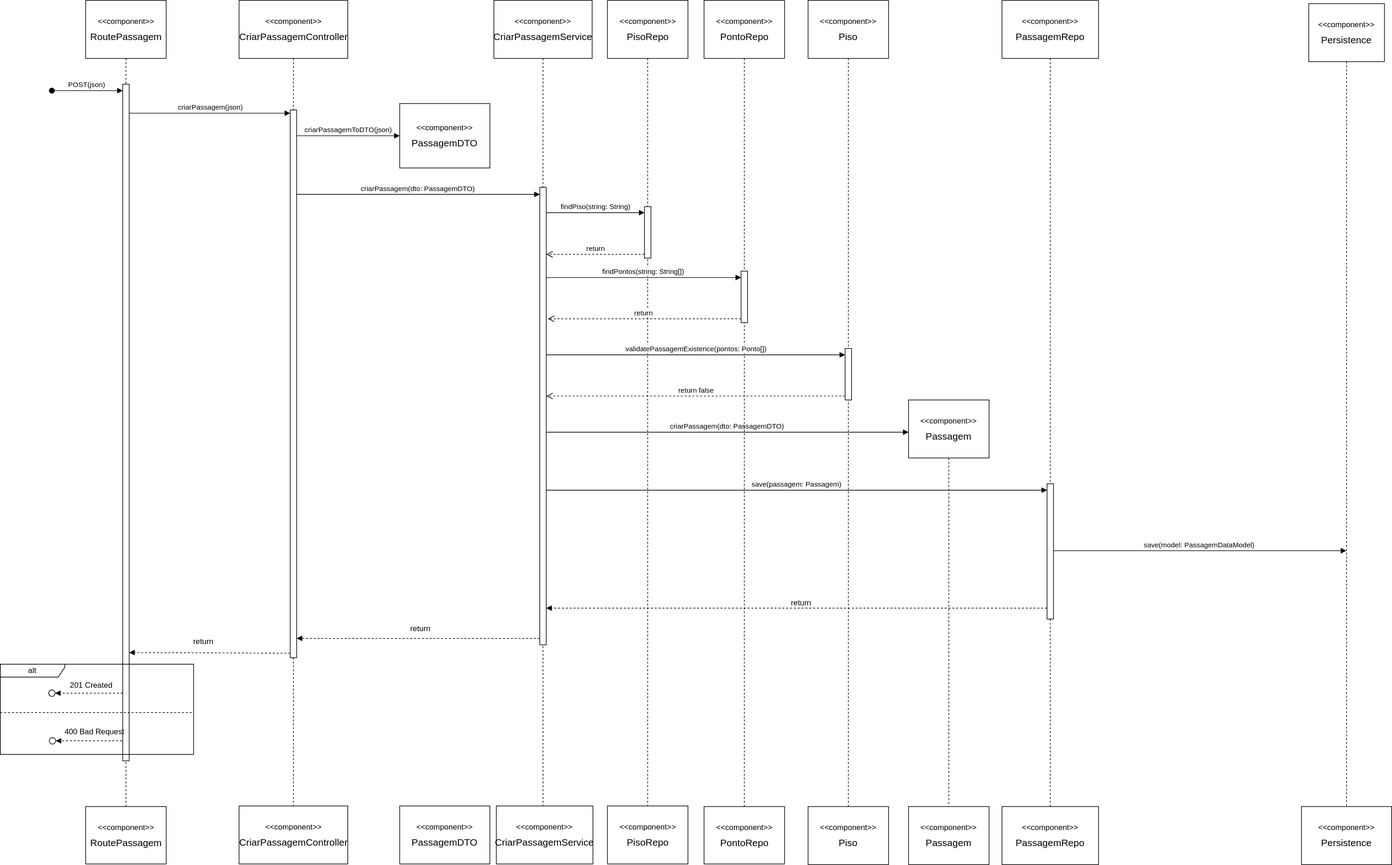
SEM5PI2324G58/sem5pi_g58_23_24 keeps this draw.io diagram as docs/Sprint_A/US_240/N3/US_240_VP.svg. Above is the earlier version. Source tidied: cells renumbered, new cells last; positions are measured from the earlier drawing's top-left corner, leaving out a move shared by most shapes.
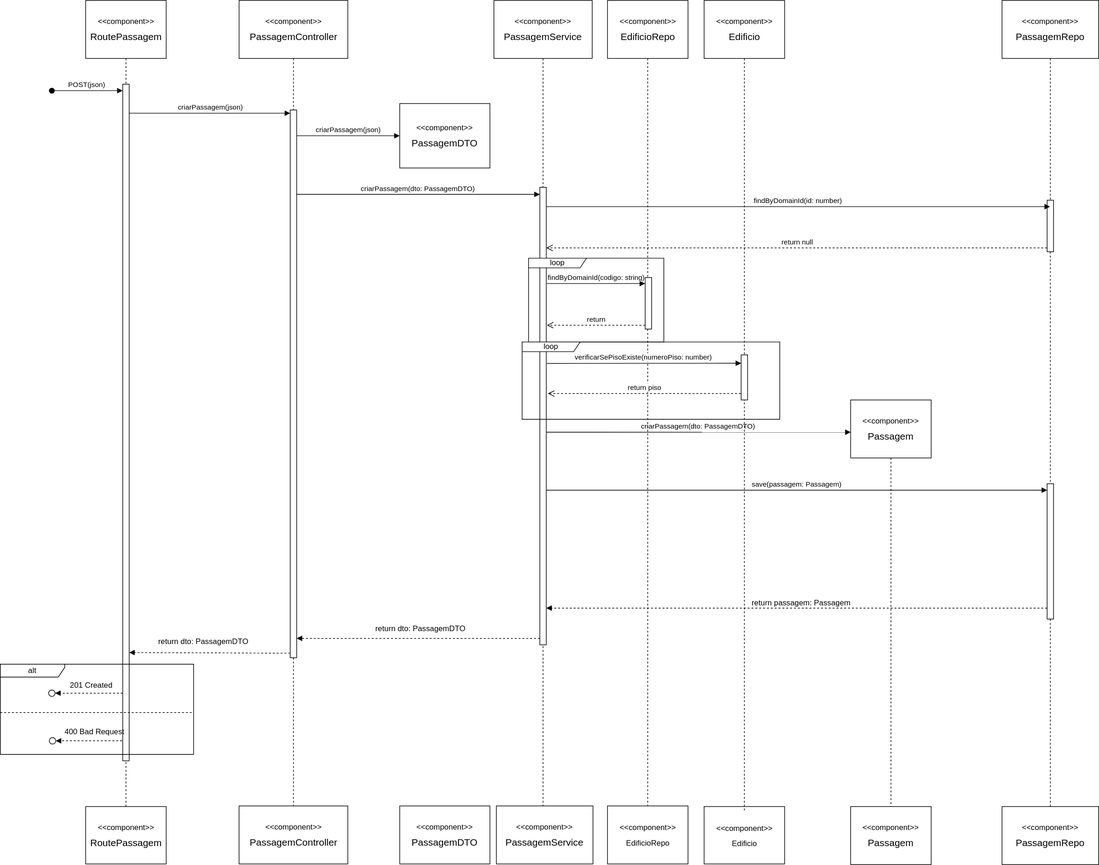
Later version of the same file.

The edit, as a diff of the source:
```diff
@@ -4,3 +4,3 @@
     <mxCell id="1" parent="0" />
-    <mxCell id="2" value="&lt;p style=&quot;line-height: 100%;&quot;&gt;&amp;lt;&amp;lt;component&amp;gt;&amp;gt;&lt;/p&gt;&lt;p style=&quot;line-height: 100%;&quot;&gt;&lt;span style=&quot;font-size: 15px;&quot;&gt;CriarPassagemController&lt;/span&gt;&lt;/p&gt;" style="shape=umlLifeline;perimeter=lifelinePerimeter;whiteSpace=wrap;html=1;newEdgeStyle={&quot;curved&quot;:0,&quot;rounded&quot;:0};size=90;" parent="1" vertex="1">
+    <mxCell id="2" value="&lt;p style=&quot;line-height: 100%;&quot;&gt;&amp;lt;&amp;lt;component&amp;gt;&amp;gt;&lt;/p&gt;&lt;p style=&quot;line-height: 100%;&quot;&gt;&lt;span style=&quot;font-size: 15px;&quot;&gt;PassagemController&lt;/span&gt;&lt;/p&gt;" style="shape=umlLifeline;perimeter=lifelinePerimeter;whiteSpace=wrap;html=1;newEdgeStyle={&quot;curved&quot;:0,&quot;rounded&quot;:0};size=90;" parent="1" vertex="1">
       <mxGeometry x="370.6" width="168.8" height="1300" as="geometry" />
@@ -16,3 +16,3 @@
     </mxCell>
-    <mxCell id="6" value="&lt;p style=&quot;line-height: 100%;&quot;&gt;&amp;lt;&amp;lt;component&amp;gt;&amp;gt;&lt;br&gt;&lt;/p&gt;&lt;p style=&quot;line-height: 100%;&quot;&gt;&lt;span style=&quot;font-size: 15px;&quot;&gt;CriarPassagemService&lt;/span&gt;&lt;/p&gt;" style="shape=umlLifeline;perimeter=lifelinePerimeter;whiteSpace=wrap;html=1;newEdgeStyle={&quot;curved&quot;:0,&quot;rounded&quot;:0};size=90;" parent="1" vertex="1">
+    <mxCell id="6" value="&lt;p style=&quot;line-height: 100%;&quot;&gt;&amp;lt;&amp;lt;component&amp;gt;&amp;gt;&lt;br&gt;&lt;/p&gt;&lt;p style=&quot;line-height: 100%;&quot;&gt;&lt;span style=&quot;font-size: 15px;&quot;&gt;PassagemService&lt;/span&gt;&lt;/p&gt;" style="shape=umlLifeline;perimeter=lifelinePerimeter;whiteSpace=wrap;html=1;newEdgeStyle={&quot;curved&quot;:0,&quot;rounded&quot;:0};size=90;" parent="1" vertex="1">
       <mxGeometry x="766.2" width="152.5" height="1260" as="geometry" />
@@ -25,8 +25,8 @@
     </mxCell>
+    <mxCell id="56" style="html=1;points=[[0,0,0,0,5],[0,1,0,0,-5],[1,0,0,0,5],[1,1,0,0,-5]];perimeter=orthogonalPerimeter;outlineConnect=0;targetShapes=umlLifeline;portConstraint=eastwest;newEdgeStyle={&quot;curved&quot;:0,&quot;rounded&quot;:0};" parent="8" vertex="1">
+      <mxGeometry x="70" y="310" width="10" height="80" as="geometry" />
+    </mxCell>
     <mxCell id="9" value="&lt;p style=&quot;line-height: 100%;&quot;&gt;&amp;lt;&amp;lt;component&amp;gt;&amp;gt;&lt;br&gt;&lt;/p&gt;&lt;p style=&quot;line-height: 100%;&quot;&gt;&lt;span style=&quot;font-size: 15px;&quot;&gt;Passagem&lt;/span&gt;&lt;/p&gt;" style="shape=umlLifeline;perimeter=lifelinePerimeter;whiteSpace=wrap;html=1;outlineConnect=0;portConstraint=eastwest;newEdgeStyle={&quot;curved&quot;:0,&quot;rounded&quot;:0};size=90;" parent="1" vertex="1">
-      <mxGeometry x="1410" y="620" width="125" height="650" as="geometry" />
+      <mxGeometry x="1320" y="620" width="125" height="650" as="geometry" />
     </mxCell>
-    <mxCell id="10" value="&lt;p style=&quot;line-height: 100%;&quot;&gt;&amp;lt;&amp;lt;component&amp;gt;&amp;gt;&lt;br&gt;&lt;/p&gt;&lt;p style=&quot;line-height: 100%;&quot;&gt;&lt;span style=&quot;font-size: 15px;&quot;&gt;Persistence&lt;/span&gt;&lt;/p&gt;" style="shape=umlLifeline;perimeter=lifelinePerimeter;whiteSpace=wrap;html=1;newEdgeStyle={&quot;curved&quot;:0,&quot;rounded&quot;:0};size=90;" parent="1" vertex="1">
-      <mxGeometry x="2031.2" y="5" width="117.5" height="1265" as="geometry" />
-    </mxCell>
     <mxCell id="11" value="criarPassagem(json)" style="html=1;verticalAlign=bottom;endArrow=block;curved=0;rounded=0;entryX=0;entryY=0;entryDx=0;entryDy=5;entryPerimeter=0;" parent="1" edge="1" source="4" target="5">
@@ -34,3 +34,3 @@
     </mxCell>
-    <mxCell id="12" value="criarPassagemToDTO(json)" style="html=1;verticalAlign=bottom;endArrow=block;curved=0;rounded=0;" parent="1" edge="1" source="5">
+    <mxCell id="12" value="criarPassagem(json)" style="html=1;verticalAlign=bottom;endArrow=block;curved=0;rounded=0;" parent="1" edge="1" source="5">
       <mxGeometry relative="1" as="geometry">
@@ -47,14 +47,7 @@
     </mxCell>
-    <mxCell id="15" value="criarPassagem(dto: PassagemDTO)" style="html=1;verticalAlign=bottom;endArrow=block;curved=0;rounded=0;entryX=0;entryY=0.091;entryDx=0;entryDy=0;entryPerimeter=0;" parent="1" edge="1">
+    <mxCell id="15" value="criarPassagem(dto: PassagemDTO)" style="html=1;verticalAlign=bottom;endArrow=block;curved=0;rounded=0;entryX=0;entryY=0.077;entryDx=0;entryDy=0;entryPerimeter=0;" parent="1" edge="1" target="9">
       <mxGeometry relative="1" as="geometry">
         <mxPoint x="847.5" y="670" as="sourcePoint" />
-        <mxPoint x="1410" y="670" as="targetPoint" />
       </mxGeometry>
     </mxCell>
-    <mxCell id="16" value="return" style="html=1;verticalAlign=bottom;endArrow=open;dashed=1;endSize=8;curved=0;rounded=0;" parent="1" edge="1">
-      <mxGeometry relative="1" as="geometry">
-        <mxPoint x="1000" y="394" as="sourcePoint" />
-        <mxPoint x="847.5" y="394" as="targetPoint" />
-      </mxGeometry>
-    </mxCell>
     <mxCell id="17" value="save(passagem: Passagem)" style="html=1;verticalAlign=bottom;endArrow=block;curved=0;rounded=0;" parent="1" edge="1" source="13">
@@ -67,8 +60,2 @@
     </mxCell>
-    <mxCell id="19" value="save(model: PassagemDataModel)" style="html=1;verticalAlign=bottom;endArrow=block;curved=0;rounded=0;" parent="1" edge="1">
-      <mxGeometry relative="1" as="geometry">
-        <mxPoint x="1635" y="854" as="sourcePoint" />
-        <mxPoint x="2089.5" y="854" as="targetPoint" />
-      </mxGeometry>
-    </mxCell>
     <mxCell id="20" value="POST(json)" style="html=1;verticalAlign=bottom;startArrow=oval;startFill=1;endArrow=block;startSize=8;curved=0;rounded=0;" parent="1" edge="1">
@@ -82,50 +69,24 @@
     </mxCell>
-    <mxCell id="22" value="&lt;p style=&quot;line-height: 100%;&quot;&gt;&amp;lt;&amp;lt;component&amp;gt;&amp;gt;&lt;br&gt;&lt;/p&gt;&lt;p style=&quot;line-height: 100%;&quot;&gt;&lt;span style=&quot;font-size: 15px;&quot;&gt;PisoRepo&lt;/span&gt;&lt;/p&gt;" style="shape=umlLifeline;perimeter=lifelinePerimeter;whiteSpace=wrap;html=1;newEdgeStyle={&quot;curved&quot;:0,&quot;rounded&quot;:0};size=90;" parent="1" vertex="1">
+    <mxCell id="22" value="&lt;p style=&quot;line-height: 100%;&quot;&gt;&amp;lt;&amp;lt;component&amp;gt;&amp;gt;&lt;br&gt;&lt;/p&gt;&lt;p style=&quot;line-height: 100%;&quot;&gt;&lt;span style=&quot;font-size: 15px;&quot;&gt;EdificioRepo&lt;/span&gt;&lt;/p&gt;" style="shape=umlLifeline;perimeter=lifelinePerimeter;whiteSpace=wrap;html=1;newEdgeStyle={&quot;curved&quot;:0,&quot;rounded&quot;:0};size=90;" parent="1" vertex="1">
       <mxGeometry x="942.5" width="125" height="1260" as="geometry" />
     </mxCell>
-    <mxCell id="23" value="&lt;p style=&quot;line-height: 100%;&quot;&gt;&amp;lt;&amp;lt;component&amp;gt;&amp;gt;&lt;br&gt;&lt;/p&gt;&lt;p style=&quot;line-height: 100%;&quot;&gt;&lt;span style=&quot;font-size: 15px;&quot;&gt;PontoRepo&lt;/span&gt;&lt;/p&gt;" style="shape=umlLifeline;perimeter=lifelinePerimeter;whiteSpace=wrap;html=1;newEdgeStyle={&quot;curved&quot;:0,&quot;rounded&quot;:0};size=90;" parent="1" vertex="1">
-      <mxGeometry x="1092.5" width="125" height="1260" as="geometry" />
-    </mxCell>
-    <mxCell id="24" style="html=1;perimeter=orthogonalPerimeter;targetShapes=umlLifeline;newEdgeStyle={&quot;curved&quot;:0,&quot;rounded&quot;:0};" parent="23" vertex="1">
-      <mxGeometry x="57.5" y="420" width="10" height="80" as="geometry" />
-    </mxCell>
+    <mxCell id="16" value="return" style="html=1;verticalAlign=bottom;endArrow=open;dashed=1;endSize=8;curved=0;rounded=0;" parent="22" edge="1">
+      <mxGeometry relative="1" as="geometry">
+        <mxPoint x="58.5" y="504" as="sourcePoint" />
+        <mxPoint x="-94" y="504" as="targetPoint" />
+      </mxGeometry>
+    </mxCell>
-    <mxCell id="25" style="html=1;points=[[0,0,0,0,5],[0,1,0,0,-5],[1,0,0,0,5],[1,1,0,0,-5]];perimeter=orthogonalPerimeter;outlineConnect=0;targetShapes=umlLifeline;portConstraint=eastwest;newEdgeStyle={&quot;curved&quot;:0,&quot;rounded&quot;:0};" parent="1" vertex="1">
-      <mxGeometry x="1000" y="320" width="10" height="80" as="geometry" />
+    <mxCell id="25" style="html=1;points=[[0,0,0,0,5],[0,1,0,0,-5],[1,0,0,0,5],[1,1,0,0,-5]];perimeter=orthogonalPerimeter;outlineConnect=0;targetShapes=umlLifeline;portConstraint=eastwest;newEdgeStyle={&quot;curved&quot;:0,&quot;rounded&quot;:0};" parent="22" vertex="1">
+      <mxGeometry x="58.5" y="430" width="10" height="80" as="geometry" />
     </mxCell>
-    <mxCell id="26" value="findPiso(string: String)" style="html=1;verticalAlign=bottom;endArrow=block;curved=0;rounded=0;" parent="1" edge="1" target="25">
+    <mxCell id="26" value="findByDomainId(codigo: string)" style="html=1;verticalAlign=bottom;endArrow=block;curved=0;rounded=0;" parent="22" edge="1" target="25">
       <mxGeometry relative="1" as="geometry">
-        <mxPoint x="847.5" y="329.3" as="sourcePoint" />
+        <mxPoint x="-94" y="439.3" as="sourcePoint" />
       </mxGeometry>
     </mxCell>
-    <mxCell id="27" value="return&amp;nbsp;" style="html=1;verticalAlign=bottom;endArrow=open;dashed=1;endSize=8;curved=0;rounded=0;" parent="1" edge="1">
-      <mxGeometry relative="1" as="geometry">
-        <mxPoint x="1150" y="494" as="sourcePoint" />
-        <mxPoint x="850" y="494" as="targetPoint" />
-      </mxGeometry>
-    </mxCell>
-    <mxCell id="28" value="findPontos(string: String[])" style="html=1;verticalAlign=bottom;endArrow=block;curved=0;rounded=0;" parent="1" edge="1" source="13">
-      <mxGeometry relative="1" as="geometry">
-        <mxPoint x="1150" y="430" as="targetPoint" />
-      </mxGeometry>
-    </mxCell>
-    <mxCell id="29" value="&lt;p style=&quot;line-height: 100%;&quot;&gt;&amp;lt;&amp;lt;component&amp;gt;&amp;gt;&lt;br&gt;&lt;/p&gt;&lt;p style=&quot;line-height: 100%;&quot;&gt;&lt;span style=&quot;font-size: 15px;&quot;&gt;Piso&lt;/span&gt;&lt;/p&gt;" style="shape=umlLifeline;perimeter=lifelinePerimeter;whiteSpace=wrap;html=1;newEdgeStyle={&quot;curved&quot;:0,&quot;rounded&quot;:0};size=90;" parent="1" vertex="1">
-      <mxGeometry x="1254" width="125" height="1270" as="geometry" />
-    </mxCell>
-    <mxCell id="30" style="html=1;perimeter=orthogonalPerimeter;targetShapes=umlLifeline;newEdgeStyle={&quot;curved&quot;:0,&quot;rounded&quot;:0};" parent="1" vertex="1">
-      <mxGeometry x="1311.5" y="540" width="10" height="80" as="geometry" />
-    </mxCell>
-    <mxCell id="31" value="validatePassagemExistence(pontos: Ponto[])" style="html=1;verticalAlign=bottom;endArrow=block;curved=0;rounded=0;" parent="1" edge="1" source="13">
-      <mxGeometry relative="1" as="geometry">
-        <mxPoint x="1311.5" y="550" as="targetPoint" />
-      </mxGeometry>
-    </mxCell>
-    <mxCell id="32" value="return false" style="html=1;verticalAlign=bottom;endArrow=open;dashed=1;endSize=8;curved=0;rounded=0;" parent="1" edge="1">
-      <mxGeometry relative="1" as="geometry">
-        <mxPoint x="1311.5" y="614" as="sourcePoint" />
-        <mxPoint x="847.5" y="614" as="targetPoint" />
-      </mxGeometry>
-    </mxCell>
-    <mxCell id="33" value="&lt;p style=&quot;line-height: 100%;&quot;&gt;&amp;lt;&amp;lt;component&amp;gt;&amp;gt;&lt;br&gt;&lt;/p&gt;&lt;p style=&quot;line-height: 100%;&quot;&gt;&lt;span style=&quot;font-size: 15px;&quot;&gt;Persistence&lt;/span&gt;&lt;/p&gt;" style="shape=umlLifeline;perimeter=lifelinePerimeter;whiteSpace=wrap;html=1;newEdgeStyle={&quot;curved&quot;:0,&quot;rounded&quot;:0};size=90;" parent="1" vertex="1">
-      <mxGeometry x="2020" y="1251" width="140" height="90" as="geometry" />
-    </mxCell>
+    <mxCell id="57" value="return null" style="html=1;verticalAlign=bottom;endArrow=open;dashed=1;endSize=8;curved=0;rounded=0;" parent="22" edge="1" source="56">
+      <mxGeometry relative="1" as="geometry">
+        <mxPoint x="-95" y="384" as="targetPoint" />
+      </mxGeometry>
+    </mxCell>
     <mxCell id="34" value="&lt;p style=&quot;line-height: 100%;&quot;&gt;&amp;lt;&amp;lt;component&amp;gt;&amp;gt;&lt;br&gt;&lt;/p&gt;&lt;p style=&quot;line-height: 100%;&quot;&gt;&lt;span style=&quot;font-size: 15px;&quot;&gt;PassagemRepo&lt;/span&gt;&lt;/p&gt;" style="shape=umlLifeline;perimeter=lifelinePerimeter;whiteSpace=wrap;html=1;newEdgeStyle={&quot;curved&quot;:0,&quot;rounded&quot;:0};size=90;" parent="1" vertex="1">
@@ -134,3 +95,3 @@
     <mxCell id="35" value="&lt;p style=&quot;line-height: 100%;&quot;&gt;&amp;lt;&amp;lt;component&amp;gt;&amp;gt;&lt;br&gt;&lt;/p&gt;&lt;p style=&quot;line-height: 100%;&quot;&gt;&lt;span style=&quot;font-size: 15px;&quot;&gt;Passagem&lt;/span&gt;&lt;/p&gt;" style="shape=umlLifeline;perimeter=lifelinePerimeter;whiteSpace=wrap;html=1;newEdgeStyle={&quot;curved&quot;:0,&quot;rounded&quot;:0};size=90;" parent="1" vertex="1">
-      <mxGeometry x="1410" y="1251" width="125" height="90" as="geometry" />
+      <mxGeometry x="1320" y="1251" width="125" height="90" as="geometry" />
     </mxCell>
@@ -142,6 +103,3 @@
     </mxCell>
-    <mxCell id="37" value="&lt;p style=&quot;line-height: 100%;&quot;&gt;&amp;lt;&amp;lt;component&amp;gt;&amp;gt;&lt;br&gt;&lt;/p&gt;&lt;p style=&quot;line-height: 100%;&quot;&gt;&lt;span style=&quot;font-size: 15px;&quot;&gt;Piso&lt;/span&gt;&lt;/p&gt;" style="shape=umlLifeline;perimeter=lifelinePerimeter;whiteSpace=wrap;html=1;newEdgeStyle={&quot;curved&quot;:0,&quot;rounded&quot;:0};size=90;" parent="1" vertex="1">
-      <mxGeometry x="1254" y="1251" width="125" height="90" as="geometry" />
-    </mxCell>
-    <mxCell id="38" value="&lt;p style=&quot;line-height: 100%;&quot;&gt;&amp;lt;&amp;lt;component&amp;gt;&amp;gt;&lt;br&gt;&lt;/p&gt;&lt;p style=&quot;line-height: 100%;&quot;&gt;&lt;span style=&quot;font-size: 15px;&quot;&gt;PontoRepo&lt;/span&gt;&lt;/p&gt;" style="shape=umlLifeline;perimeter=lifelinePerimeter;whiteSpace=wrap;html=1;newEdgeStyle={&quot;curved&quot;:0,&quot;rounded&quot;:0};size=90;" parent="1" vertex="1">
+    <mxCell id="38" value="&lt;p style=&quot;line-height: 100%;&quot;&gt;&amp;lt;&amp;lt;component&amp;gt;&amp;gt;&lt;br&gt;&lt;/p&gt;&lt;p style=&quot;line-height: 100%;&quot;&gt;Edificio&lt;br&gt;&lt;/p&gt;" style="shape=umlLifeline;perimeter=lifelinePerimeter;whiteSpace=wrap;html=1;newEdgeStyle={&quot;curved&quot;:0,&quot;rounded&quot;:0};size=90;" parent="1" vertex="1">
       <mxGeometry x="1092.5" y="1251" width="125" height="89" as="geometry" />
@@ -165,10 +123,10 @@
     </mxCell>
-    <mxCell id="42" value="return" style="text;html=1;align=center;verticalAlign=middle;strokeColor=none;fillColor=none;" parent="1" vertex="1">
-      <mxGeometry x="1217.5" y="920" width="50" height="30" as="geometry" />
+    <mxCell id="42" value="return&amp;nbsp;passagem: Passagem" style="text;html=1;align=center;verticalAlign=middle;strokeColor=none;fillColor=none;" parent="1" vertex="1">
+      <mxGeometry x="1152.5" y="920" width="180" height="30" as="geometry" />
     </mxCell>
-    <mxCell id="43" value="return" style="text;html=1;align=center;verticalAlign=middle;strokeColor=none;fillColor=none;" parent="1" vertex="1">
-      <mxGeometry x="627" y="960" width="50" height="30" as="geometry" />
+    <mxCell id="43" value="return&amp;nbsp;dto: PassagemDTO" style="text;html=1;align=center;verticalAlign=middle;strokeColor=none;fillColor=none;" parent="1" vertex="1">
+      <mxGeometry x="572" y="960" width="160" height="30" as="geometry" />
     </mxCell>
-    <mxCell id="44" value="return" style="text;html=1;align=center;verticalAlign=middle;strokeColor=none;fillColor=none;" parent="1" vertex="1">
-      <mxGeometry x="290" y="980" width="50" height="30" as="geometry" />
+    <mxCell id="44" value="return&amp;nbsp;dto: PassagemDTO" style="text;html=1;align=center;verticalAlign=middle;strokeColor=none;fillColor=none;" parent="1" vertex="1">
+      <mxGeometry x="235" y="980" width="160" height="30" as="geometry" />
     </mxCell>
@@ -177,6 +135,6 @@
     </mxCell>
-    <mxCell id="46" value="&lt;p style=&quot;line-height: 100%;&quot;&gt;&amp;lt;&amp;lt;component&amp;gt;&amp;gt;&lt;br&gt;&lt;/p&gt;&lt;p style=&quot;line-height: 100%;&quot;&gt;&lt;span style=&quot;font-size: 15px;&quot;&gt;PisoRepo&lt;/span&gt;&lt;/p&gt;" style="shape=umlLifeline;perimeter=lifelinePerimeter;whiteSpace=wrap;html=1;newEdgeStyle={&quot;curved&quot;:0,&quot;rounded&quot;:0};size=90;" parent="1" vertex="1">
+    <mxCell id="46" value="&lt;p style=&quot;line-height: 100%;&quot;&gt;&amp;lt;&amp;lt;component&amp;gt;&amp;gt;&lt;br&gt;&lt;/p&gt;&lt;p style=&quot;line-height: 100%;&quot;&gt;EdificioRepo&lt;br&gt;&lt;/p&gt;" style="shape=umlLifeline;perimeter=lifelinePerimeter;whiteSpace=wrap;html=1;newEdgeStyle={&quot;curved&quot;:0,&quot;rounded&quot;:0};size=90;" parent="1" vertex="1">
       <mxGeometry x="942.5" y="1250" width="125" height="90" as="geometry" />
     </mxCell>
-    <mxCell id="47" value="&lt;p style=&quot;line-height: 100%;&quot;&gt;&amp;lt;&amp;lt;component&amp;gt;&amp;gt;&lt;br&gt;&lt;/p&gt;&lt;p style=&quot;line-height: 100%;&quot;&gt;&lt;span style=&quot;font-size: 15px;&quot;&gt;CriarPassagemService&lt;/span&gt;&lt;/p&gt;" style="shape=umlLifeline;perimeter=lifelinePerimeter;whiteSpace=wrap;html=1;newEdgeStyle={&quot;curved&quot;:0,&quot;rounded&quot;:0};size=90;" parent="1" vertex="1">
+    <mxCell id="47" value="&lt;p style=&quot;line-height: 100%;&quot;&gt;&amp;lt;&amp;lt;component&amp;gt;&amp;gt;&lt;br&gt;&lt;/p&gt;&lt;p style=&quot;line-height: 100%;&quot;&gt;&lt;span style=&quot;font-size: 15px;&quot;&gt;PassagemService&lt;/span&gt;&lt;/p&gt;" style="shape=umlLifeline;perimeter=lifelinePerimeter;whiteSpace=wrap;html=1;newEdgeStyle={&quot;curved&quot;:0,&quot;rounded&quot;:0};size=90;" parent="1" vertex="1">
       <mxGeometry x="770" y="1250" width="150" height="90" as="geometry" />
@@ -186,3 +144,3 @@
     </mxCell>
-    <mxCell id="49" value="&lt;p style=&quot;line-height: 100%;&quot;&gt;&amp;lt;&amp;lt;component&amp;gt;&amp;gt;&lt;/p&gt;&lt;p style=&quot;line-height: 100%;&quot;&gt;&lt;span style=&quot;font-size: 15px;&quot;&gt;CriarPassagemController&lt;/span&gt;&lt;/p&gt;" style="shape=umlLifeline;perimeter=lifelinePerimeter;whiteSpace=wrap;html=1;newEdgeStyle={&quot;curved&quot;:0,&quot;rounded&quot;:0};size=90;" parent="1" vertex="1">
+    <mxCell id="49" value="&lt;p style=&quot;line-height: 100%;&quot;&gt;&amp;lt;&amp;lt;component&amp;gt;&amp;gt;&lt;/p&gt;&lt;p style=&quot;line-height: 100%;&quot;&gt;&lt;span style=&quot;font-size: 15px;&quot;&gt;PassagemController&lt;/span&gt;&lt;/p&gt;" style="shape=umlLifeline;perimeter=lifelinePerimeter;whiteSpace=wrap;html=1;newEdgeStyle={&quot;curved&quot;:0,&quot;rounded&quot;:0};size=90;" parent="1" vertex="1">
       <mxGeometry x="370.6" y="1250" width="168.8" height="90" as="geometry" />
@@ -212,2 +170,31 @@
     </mxCell>
+    <mxCell id="58" value="loop" style="shape=umlFrame;whiteSpace=wrap;html=1;width=90;height=15;" parent="1" vertex="1">
+      <mxGeometry x="820" y="400" width="210" height="130" as="geometry" />
+    </mxCell>
+    <mxCell id="59" value="&lt;p style=&quot;line-height: 100%;&quot;&gt;&amp;lt;&amp;lt;component&amp;gt;&amp;gt;&lt;br&gt;&lt;/p&gt;&lt;p style=&quot;line-height: 100%;&quot;&gt;&lt;span style=&quot;font-size: 15px;&quot;&gt;Edificio&lt;/span&gt;&lt;/p&gt;" style="shape=umlLifeline;perimeter=lifelinePerimeter;whiteSpace=wrap;html=1;newEdgeStyle={&quot;curved&quot;:0,&quot;rounded&quot;:0};size=90;" parent="1" vertex="1">
+      <mxGeometry x="1092.5" width="125" height="1260" as="geometry" />
+    </mxCell>
+    <mxCell id="60" style="html=1;perimeter=orthogonalPerimeter;targetShapes=umlLifeline;newEdgeStyle={&quot;curved&quot;:0,&quot;rounded&quot;:0};" parent="59" vertex="1">
+      <mxGeometry x="57.5" y="550" width="10" height="70" as="geometry" />
+    </mxCell>
+    <mxCell id="61" value="verificarSePisoExiste(numeroPiso: number)" style="html=1;verticalAlign=bottom;endArrow=block;curved=0;rounded=0;" parent="1" edge="1">
+      <mxGeometry relative="1" as="geometry">
+        <mxPoint x="848.5" y="563.3" as="sourcePoint" />
+        <mxPoint x="1150" y="563" as="targetPoint" />
+      </mxGeometry>
+    </mxCell>
+    <mxCell id="62" value="return piso" style="html=1;verticalAlign=bottom;endArrow=open;dashed=1;endSize=8;curved=0;rounded=0;" parent="1" edge="1">
+      <mxGeometry relative="1" as="geometry">
+        <mxPoint x="1149.5" y="610" as="sourcePoint" />
+        <mxPoint x="850" y="610" as="targetPoint" />
+      </mxGeometry>
+    </mxCell>
+    <mxCell id="63" value="loop" style="shape=umlFrame;whiteSpace=wrap;html=1;width=90;height=15;" parent="1" vertex="1">
+      <mxGeometry x="810" y="530" width="400" height="120" as="geometry" />
+    </mxCell>
+    <mxCell id="64" value="findByDomainId(id: number)" style="html=1;verticalAlign=bottom;endArrow=block;curved=0;rounded=0;" parent="1" edge="1" target="8">
+      <mxGeometry relative="1" as="geometry">
+        <mxPoint x="847.5" y="320" as="sourcePoint" />
+      </mxGeometry>
+    </mxCell>
   </root>
```
